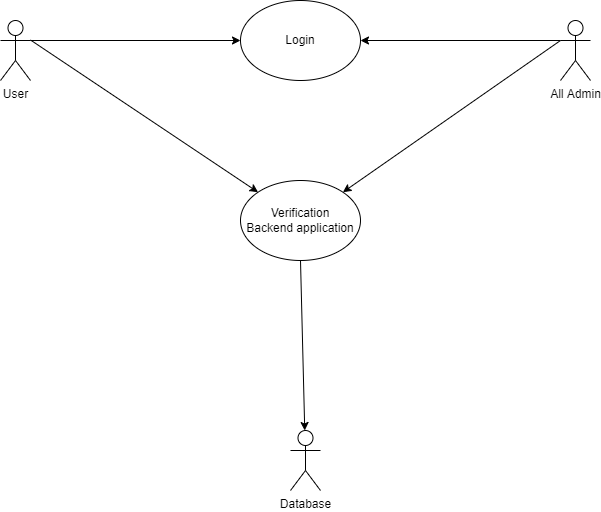
The draw.io diagram Use case diagram/Electronics mart login.png in mohitleo03/Software-Engineering-Project-Management, before a commit. Source tidied: cells renumbered, new cells last; positions are measured from the earlier drawing's top-left corner, leaving out a move shared by most shapes. Its diagram source:
```xml
<mxGraphModel>
  <root>
    <mxCell id="0" />
    <mxCell id="1" parent="0" />
    <mxCell id="2" style="edgeStyle=none;rounded=0;jettySize=auto;html=1;exitX=1;exitY=0.3333333333333333;exitDx=0;exitDy=0;exitPerimeter=0;entryX=0;entryY=0.5;entryDx=0;entryDy=0;" parent="1" edge="1" source="3" target="5">
      <mxGeometry relative="1" as="geometry" />
    </mxCell>
    <mxCell id="3" value="User" style="shape=umlActor;verticalLabelPosition=bottom;verticalAlign=top;html=1;outlineConnect=0;" parent="1" vertex="1">
      <mxGeometry y="20" width="30" height="60" as="geometry" />
    </mxCell>
    <mxCell id="4" value="All Admin" style="shape=umlActor;verticalLabelPosition=bottom;verticalAlign=top;html=1;outlineConnect=0;" parent="1" vertex="1">
      <mxGeometry x="560" y="20" width="30" height="60" as="geometry" />
    </mxCell>
    <mxCell id="5" value="Login" style="ellipse;whiteSpace=wrap;html=1;" parent="1" vertex="1">
      <mxGeometry x="240" width="120" height="80" as="geometry" />
    </mxCell>
    <mxCell id="6" value="Verification&lt;br&gt;Backend application" style="ellipse;whiteSpace=wrap;html=1;" parent="1" vertex="1">
      <mxGeometry x="240" y="180" width="120" height="80" as="geometry" />
    </mxCell>
    <mxCell id="7" value="Database" style="shape=umlActor;verticalLabelPosition=bottom;verticalAlign=top;html=1;outlineConnect=0;" parent="1" vertex="1">
      <mxGeometry x="290" y="430" width="30" height="60" as="geometry" />
    </mxCell>
    <mxCell id="8" style="edgeStyle=none;rounded=0;jettySize=auto;html=1;exitX=0;exitY=0.3333333333333333;exitDx=0;exitDy=0;exitPerimeter=0;entryX=1;entryY=0.5;entryDx=0;entryDy=0;" parent="1" edge="1" source="4" target="5">
      <mxGeometry relative="1" as="geometry" />
    </mxCell>
    <mxCell id="9" style="edgeStyle=none;rounded=0;jettySize=auto;html=1;exitX=1;exitY=0.3333333333333333;exitDx=0;exitDy=0;exitPerimeter=0;" parent="1" edge="1" target="6">
      <mxGeometry relative="1" as="geometry">
        <mxPoint x="30" y="39.5" as="sourcePoint" />
      </mxGeometry>
    </mxCell>
    <mxCell id="10" style="edgeStyle=none;rounded=0;jettySize=auto;html=1;exitX=0;exitY=0.3333333333333333;exitDx=0;exitDy=0;exitPerimeter=0;entryX=1;entryY=0;entryDx=0;entryDy=0;" parent="1" edge="1" source="4" target="6">
      <mxGeometry relative="1" as="geometry" />
    </mxCell>
    <mxCell id="11" style="edgeStyle=none;rounded=0;jettySize=auto;html=1;exitX=0.5;exitY=1;exitDx=0;exitDy=0;" parent="1" edge="1" source="6" target="7">
      <mxGeometry relative="1" as="geometry" />
    </mxCell>
  </root>
</mxGraphModel>
```
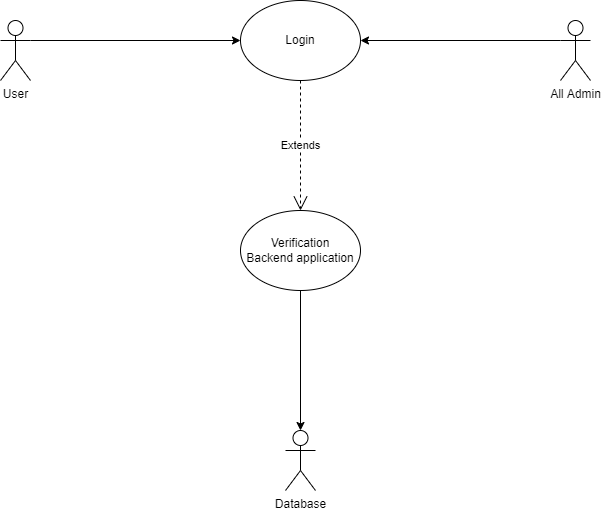
After the commit.

The edit, as a diff of the source:
```diff
@@ -15,24 +15,19 @@
       <mxGeometry x="240" width="120" height="80" as="geometry" />
     </mxCell>
     <mxCell id="6" value="Verification&lt;br&gt;Backend application" style="ellipse;whiteSpace=wrap;html=1;" parent="1" vertex="1">
-      <mxGeometry x="240" y="180" width="120" height="80" as="geometry" />
+      <mxGeometry x="240" y="210" width="120" height="80" as="geometry" />
     </mxCell>
     <mxCell id="7" value="Database" style="shape=umlActor;verticalLabelPosition=bottom;verticalAlign=top;html=1;outlineConnect=0;" parent="1" vertex="1">
-      <mxGeometry x="290" y="430" width="30" height="60" as="geometry" />
+      <mxGeometry x="285" y="430" width="30" height="60" as="geometry" />
     </mxCell>
     <mxCell id="8" style="edgeStyle=none;rounded=0;jettySize=auto;html=1;exitX=0;exitY=0.3333333333333333;exitDx=0;exitDy=0;exitPerimeter=0;entryX=1;entryY=0.5;entryDx=0;entryDy=0;" parent="1" edge="1" source="4" target="5">
       <mxGeometry relative="1" as="geometry" />
     </mxCell>
-    <mxCell id="9" style="edgeStyle=none;rounded=0;jettySize=auto;html=1;exitX=1;exitY=0.3333333333333333;exitDx=0;exitDy=0;exitPerimeter=0;" parent="1" edge="1" target="6">
-      <mxGeometry relative="1" as="geometry">
-        <mxPoint x="30" y="39.5" as="sourcePoint" />
-      </mxGeometry>
-    </mxCell>
-    <mxCell id="10" style="edgeStyle=none;rounded=0;jettySize=auto;html=1;exitX=0;exitY=0.3333333333333333;exitDx=0;exitDy=0;exitPerimeter=0;entryX=1;entryY=0;entryDx=0;entryDy=0;" parent="1" edge="1" source="4" target="6">
-      <mxGeometry relative="1" as="geometry" />
-    </mxCell>
     <mxCell id="11" style="edgeStyle=none;rounded=0;jettySize=auto;html=1;exitX=0.5;exitY=1;exitDx=0;exitDy=0;" parent="1" edge="1" source="6" target="7">
       <mxGeometry relative="1" as="geometry" />
     </mxCell>
+    <mxCell id="12" value="Extends" style="endArrow=open;endSize=12;dashed=1;html=1;rounded=0;exitX=0.5;exitY=1;exitDx=0;exitDy=0;entryX=0.5;entryY=0;entryDx=0;entryDy=0;" parent="1" edge="1" source="5" target="6">
+      <mxGeometry relative="1" as="geometry" />
+    </mxCell>
   </root>
 </mxGraphModel>
```
